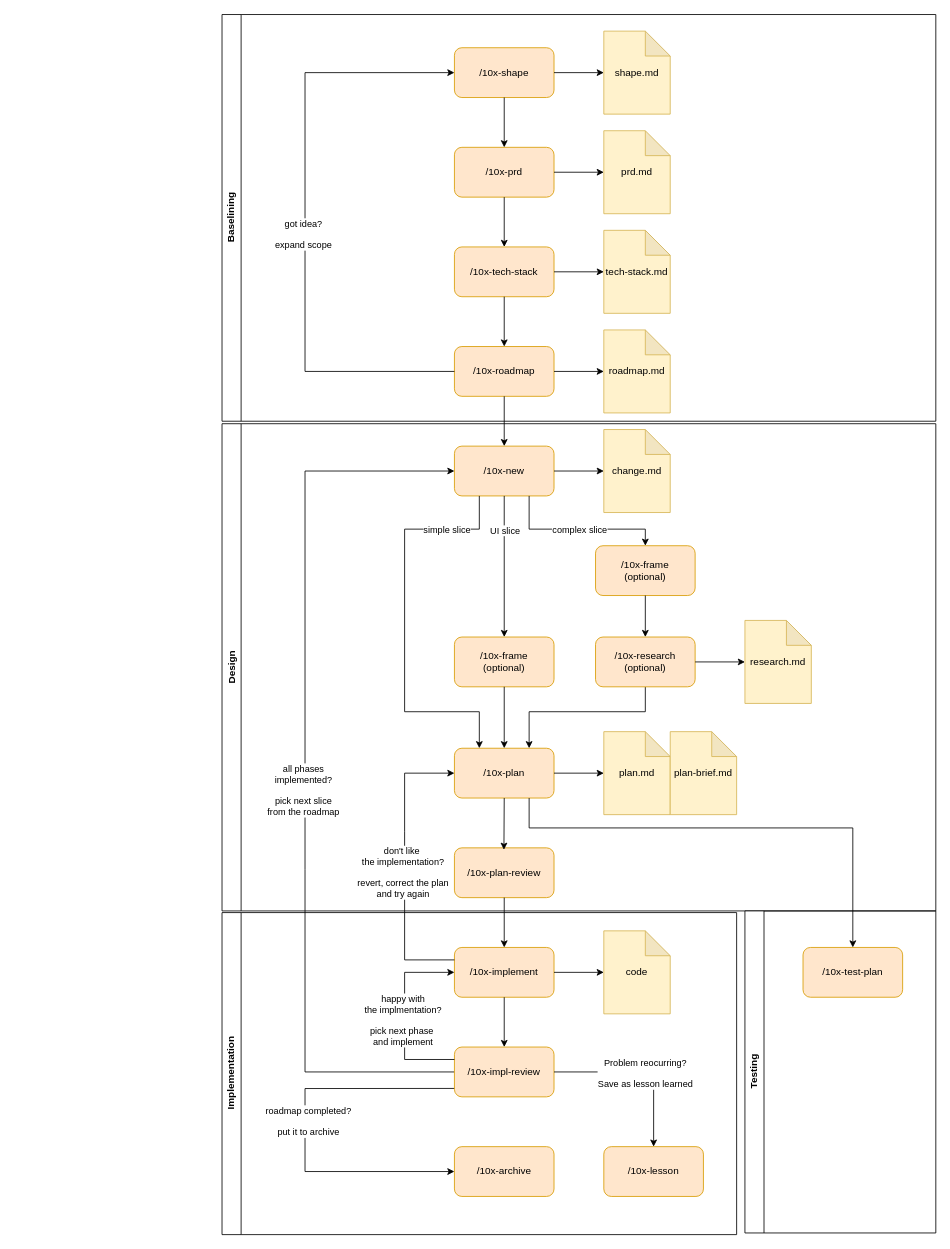
Earlier version of the draw.io diagram docs/reference/skills flows.drawio (pdrozdowski/MilkyWayTrader). Source tidied: cells renumbered, new cells numbered last; positions are measured from the earlier drawing's top-left corner, leaving out a move shared by most shapes. Both pictures are drawn from the tidied source at 83%, with x=0, y=0 at pixel (222, 14).
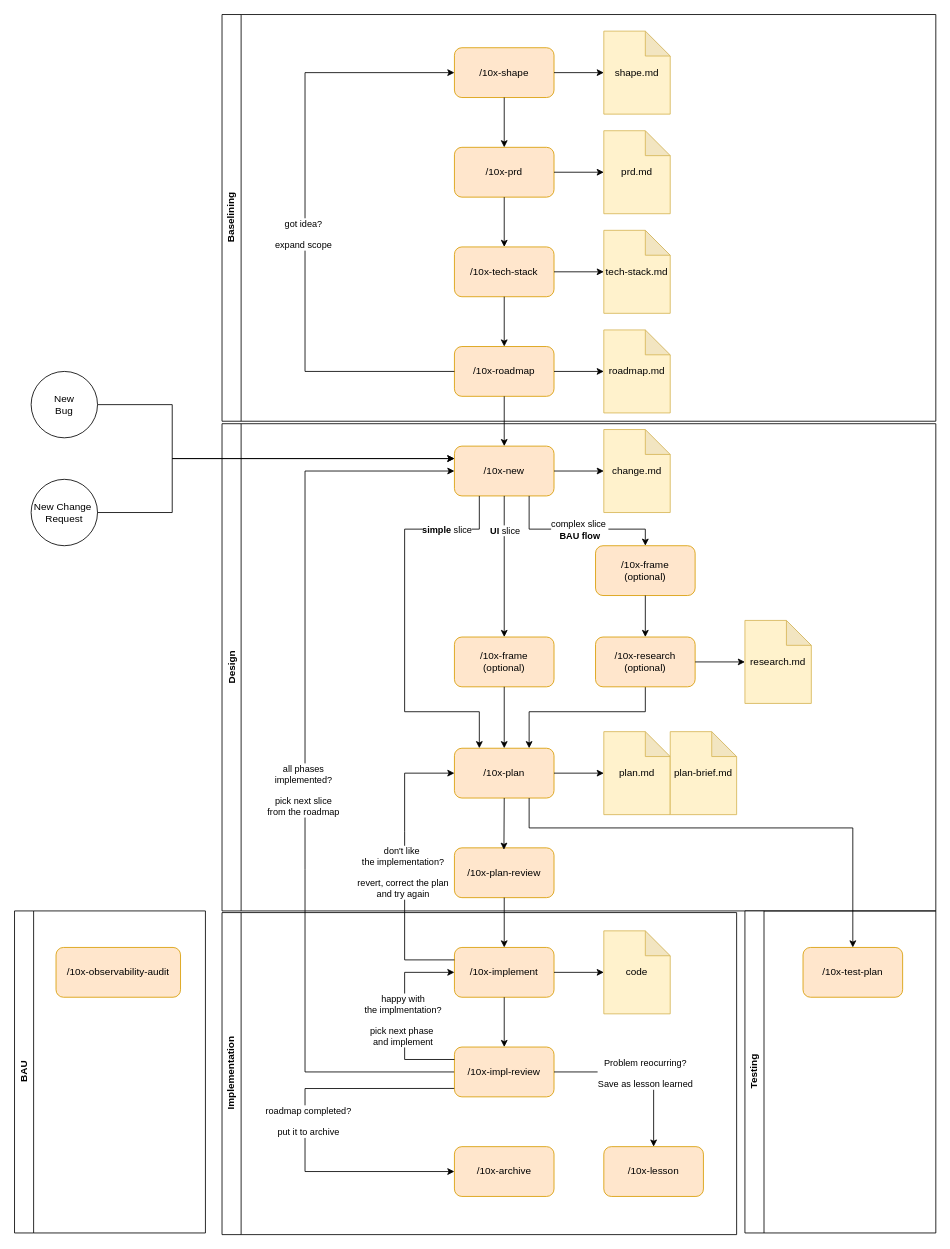
The same page after the edit.

Unchanged cells that the change refers to:
```xml
<mxCell id="19" value="/10x-new" style="rounded=1;whiteSpace=wrap;html=1;fillColor=#ffe6cc;strokeColor=#d79b00;" parent="1" vertex="1">
  <mxGeometry x="280" y="520" width="120" height="60" as="geometry" />
</mxCell>
<mxCell id="23" style="endArrow=classic;html=1;rounded=0;exitX=0.75;exitY=1;exitDx=0;exitDy=0;entryX=0.5;entryY=0;entryDx=0;entryDy=0;" parent="1" edge="1" source="19" target="57">
  <mxGeometry relative="1" as="geometry">
    <Array as="points">
      <mxPoint x="370" y="620" />
      <mxPoint x="510" y="620" />
    </Array>
  </mxGeometry>
</mxCell>
<mxCell id="51" style="endArrow=classic;html=1;rounded=0;exitX=0.25;exitY=1;exitDx=0;exitDy=0;entryX=0.25;entryY=0;entryDx=0;entryDy=0;" parent="1" edge="1" source="19" target="20">
  <mxGeometry relative="1" as="geometry">
    <Array as="points">
      <mxPoint x="310" y="620" />
      <mxPoint x="220" y="620" />
      <mxPoint x="220" y="840" />
      <mxPoint x="310" y="840" />
    </Array>
  </mxGeometry>
</mxCell>
<mxCell id="63" style="endArrow=classic;html=1;rounded=0;exitX=0.5;exitY=1;exitDx=0;exitDy=0;entryX=0.5;entryY=0;entryDx=0;entryDy=0;" parent="1" edge="1" source="19" target="60">
  <mxGeometry relative="1" as="geometry" />
</mxCell>
```

The edit, as a diff of the source:
```diff
@@
-    <mxCell id="24" value="complex slice" style="edgeLabel;html=1;align=center;verticalAlign=middle;" parent="23" vertex="1">
+    <mxCell id="24" value="complex slice&amp;nbsp;&lt;div&gt;&lt;b&gt;BAU flow&lt;/b&gt;&lt;/div&gt;" style="edgeLabel;html=1;align=center;verticalAlign=middle;" parent="23" vertex="1">
       <mxGeometry x="-0.4" y="1" relative="1" as="geometry">
         <mxPoint x="40" y="1" as="offset" />
       </mxGeometry>
     </mxCell>
@@
-    <mxCell id="52" value="simple slice" style="edgeLabel;html=1;align=center;verticalAlign=middle;" parent="51" vertex="1">
+    <mxCell id="52" value="&lt;b&gt;simple&lt;/b&gt; slice" style="edgeLabel;html=1;align=center;verticalAlign=middle;" parent="51" vertex="1">
       <mxGeometry x="-0.08" y="-2" relative="1" as="geometry">
         <mxPoint x="52" y="-93" as="offset" />
       </mxGeometry>
     </mxCell>
@@
-    <mxCell id="64" value="UI slice" style="edgeLabel;html=1;align=center;verticalAlign=middle;" parent="63" vertex="1">
+    <mxCell id="64" value="&lt;b&gt;UI&lt;/b&gt; slice" style="edgeLabel;html=1;align=center;verticalAlign=middle;" parent="63" vertex="1">
       <mxGeometry x="-0.32" y="-1" relative="1" as="geometry">
         <mxPoint x="1" y="-17" as="offset" />
       </mxGeometry>
     </mxCell>
@@
+    <mxCell id="68" value="BAU" style="swimlane;horizontal=0;whiteSpace=wrap;html=1;" parent="1" vertex="1">
+      <mxGeometry x="-250" y="1080" width="230" height="388" as="geometry" />
+    </mxCell>
+    <mxCell id="69" value="/10x-observability-audit" style="rounded=1;whiteSpace=wrap;html=1;fillColor=#ffe6cc;strokeColor=#d79b00;" parent="68" vertex="1">
+      <mxGeometry x="50" y="44" width="150" height="60" as="geometry" />
+    </mxCell>
+    <mxCell id="70" style="edgeStyle=orthogonalEdgeStyle;rounded=0;jettySize=auto;html=1;exitX=1;exitY=0.5;exitDx=0;exitDy=0;entryX=0;entryY=0.25;entryDx=0;entryDy=0;" parent="1" edge="1" source="71" target="19">
+      <mxGeometry relative="1" as="geometry">
+        <Array as="points">
+          <mxPoint x="-60" y="470" />
+          <mxPoint x="-60" y="535" />
+        </Array>
+      </mxGeometry>
+    </mxCell>
+    <mxCell id="71" value="New &lt;br&gt;Bug" style="ellipse;whiteSpace=wrap;html=1;shapeInside=1;" parent="1" vertex="1">
+      <mxGeometry x="-230" y="430" width="80" height="80" as="geometry" />
+    </mxCell>
+    <mxCell id="72" value="New Change&amp;nbsp;&lt;br&gt;&lt;span style=&quot;text-decoration-line: inherit; background-color: transparent; color: light-dark(rgb(0, 0, 0), rgb(255, 255, 255));&quot;&gt;Request&lt;/span&gt;" style="ellipse;whiteSpace=wrap;html=1;shapeInside=1;" parent="1" vertex="1">
+      <mxGeometry x="-230" y="560" width="80" height="80" as="geometry" />
+    </mxCell>
+    <mxCell id="73" style="edgeStyle=orthogonalEdgeStyle;rounded=0;jettySize=auto;html=1;exitX=1;exitY=0.5;exitDx=0;exitDy=0;entryX=0;entryY=0.25;entryDx=0;entryDy=0;" parent="1" edge="1" source="72" target="19">
+      <mxGeometry relative="1" as="geometry">
+        <Array as="points">
+          <mxPoint x="-150" y="600" />
+          <mxPoint x="-60" y="600" />
+          <mxPoint x="-60" y="535" />
+        </Array>
+      </mxGeometry>
+    </mxCell>
```
